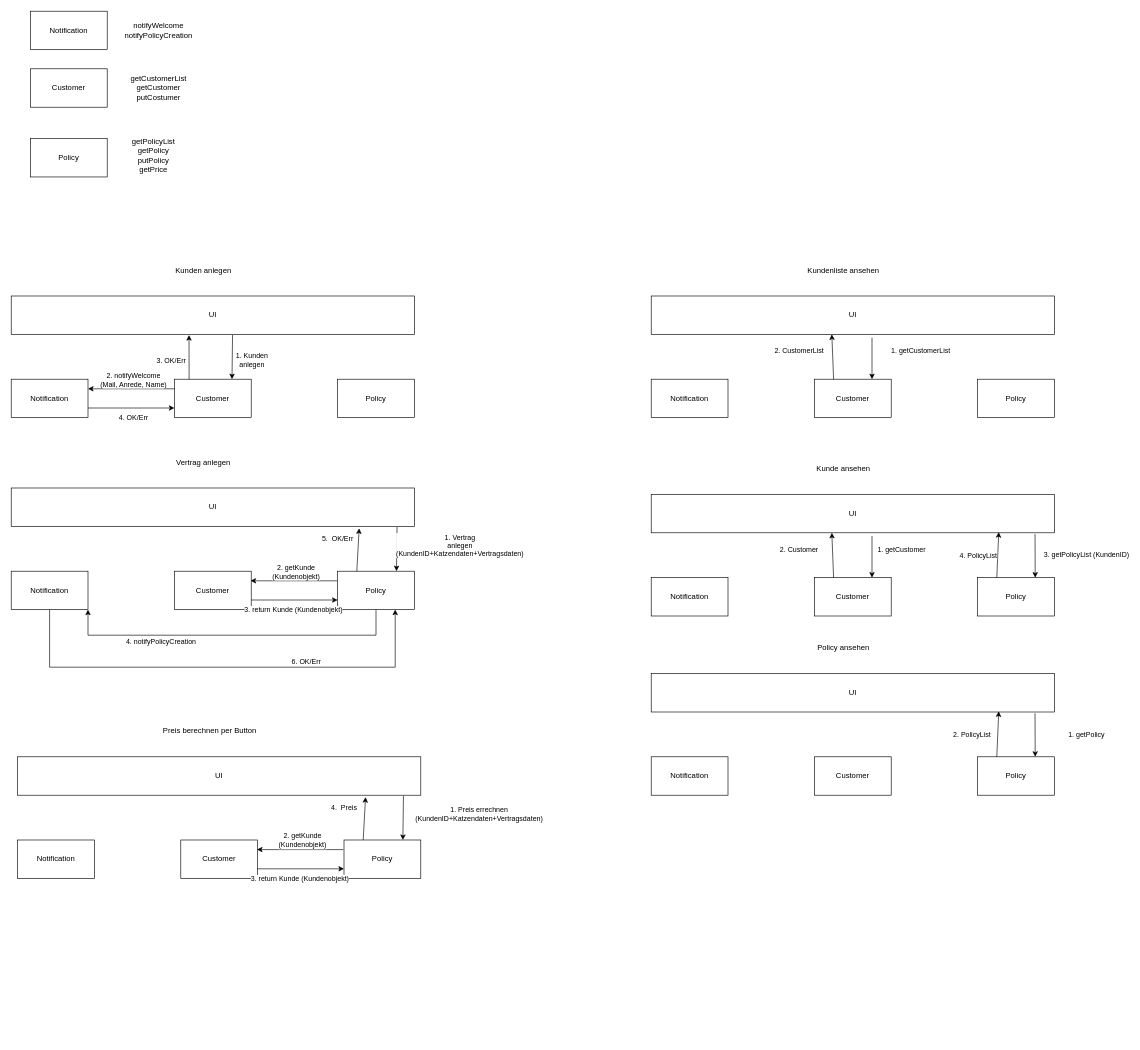
danieland2606/Bachelorprojekt keeps this draw.io diagram as RDA/MS-RDA.drawio. Above is the earlier version. Source tidied: cells renumbered, new cells numbered last; positions are measured from the earlier drawing's top-left corner, leaving out a move shared by most shapes. Both pictures are drawn from the tidied source at 64%, with x=0, y=0 at pixel (11, 11).
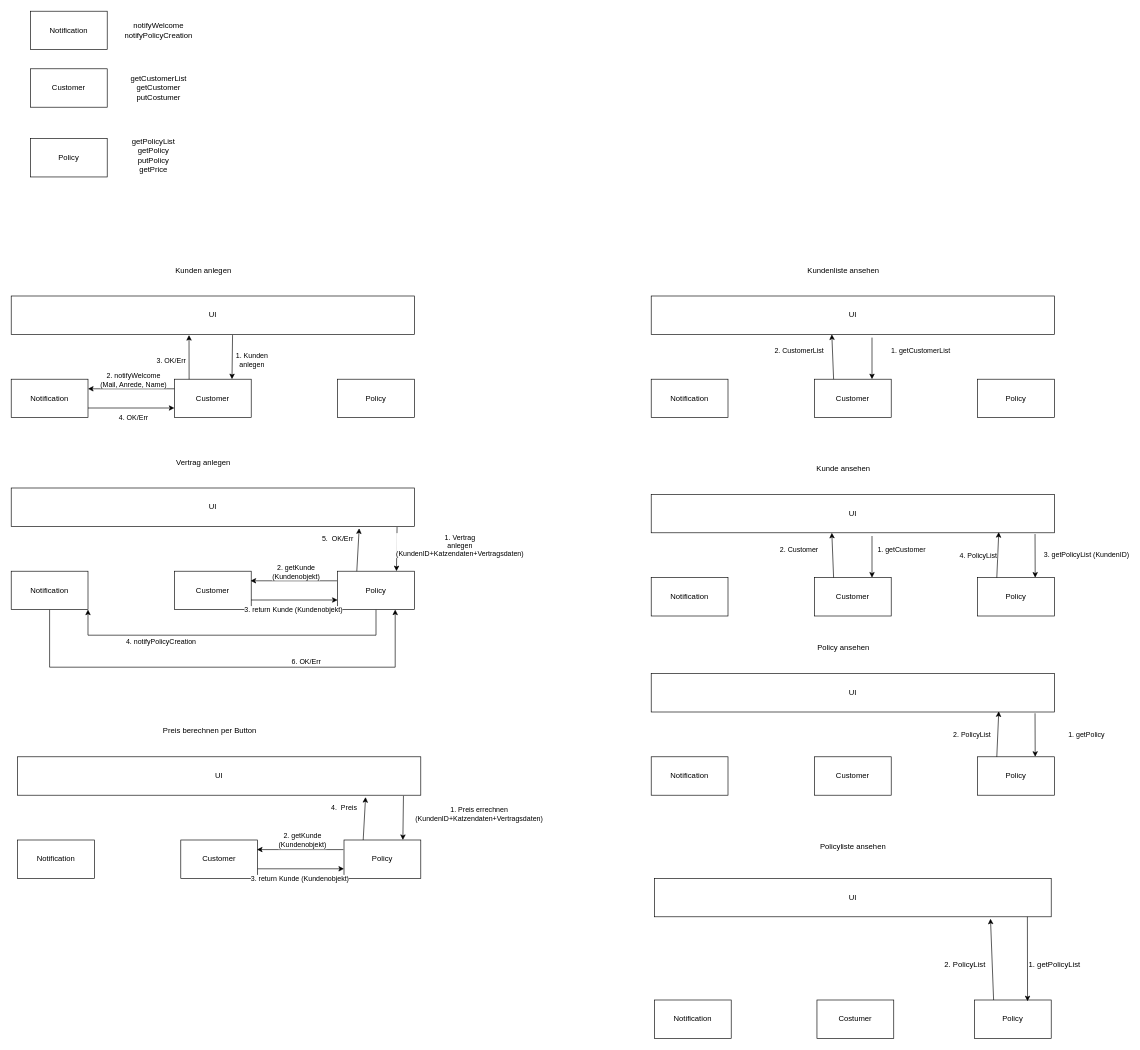
The same diagram, later.

Commit message (it also covers changes not shown here):
UML/Sequenzdiagramme

Diff of the diagram source:
```diff
@@
+    <mxCell id="82" value="UI" style="rounded=0;whiteSpace=wrap;html=1;" parent="1" vertex="1">
+      <mxGeometry x="1005" y="1355" width="620" height="60" as="geometry" />
+    </mxCell>
+    <mxCell id="83" value="Notification" style="rounded=0;whiteSpace=wrap;html=1;" parent="1" vertex="1">
+      <mxGeometry x="1005" y="1545" width="120" height="60" as="geometry" />
+    </mxCell>
+    <mxCell id="84" value="Costumer" style="rounded=0;whiteSpace=wrap;html=1;" parent="1" vertex="1">
+      <mxGeometry x="1259" y="1545" width="120" height="60" as="geometry" />
+    </mxCell>
+    <mxCell id="85" value="Policy" style="rounded=0;whiteSpace=wrap;html=1;" parent="1" vertex="1">
+      <mxGeometry x="1505" y="1545" width="120" height="60" as="geometry" />
+    </mxCell>
+    <mxCell id="86" style="endArrow=classic;html=1;rounded=0;entryX=0.692;entryY=0.033;entryDx=0;entryDy=0;entryPerimeter=0;exitX=0.94;exitY=1;exitDx=0;exitDy=0;exitPerimeter=0;" parent="1" edge="1" source="82" target="85">
+      <mxGeometry relative="1" as="geometry" />
+    </mxCell>
+    <mxCell id="87" value="1. getPolicyList" style="text;html=1;align=center;verticalAlign=middle;strokeColor=none;fillColor=none;" parent="1" vertex="1">
+      <mxGeometry x="1580" y="1475" width="100" height="30" as="geometry" />
+    </mxCell>
+    <mxCell id="88" style="endArrow=classic;html=1;rounded=0;entryX=0.847;entryY=1.05;entryDx=0;entryDy=0;entryPerimeter=0;exitX=0.25;exitY=0;exitDx=0;exitDy=0;" parent="1" edge="1" source="85" target="82">
+      <mxGeometry relative="1" as="geometry" />
+    </mxCell>
+    <mxCell id="89" value="2. PolicyList" style="text;html=1;align=center;verticalAlign=middle;strokeColor=none;fillColor=none;" parent="1" vertex="1">
+      <mxGeometry x="1445" y="1475" width="90" height="30" as="geometry" />
+    </mxCell>
+    <mxCell id="90" value="Policyliste ansehen" style="text;html=1;align=center;verticalAlign=middle;strokeColor=none;fillColor=none;" parent="1" vertex="1">
+      <mxGeometry x="1250" y="1290" width="130" height="30" as="geometry" />
+    </mxCell>
```
